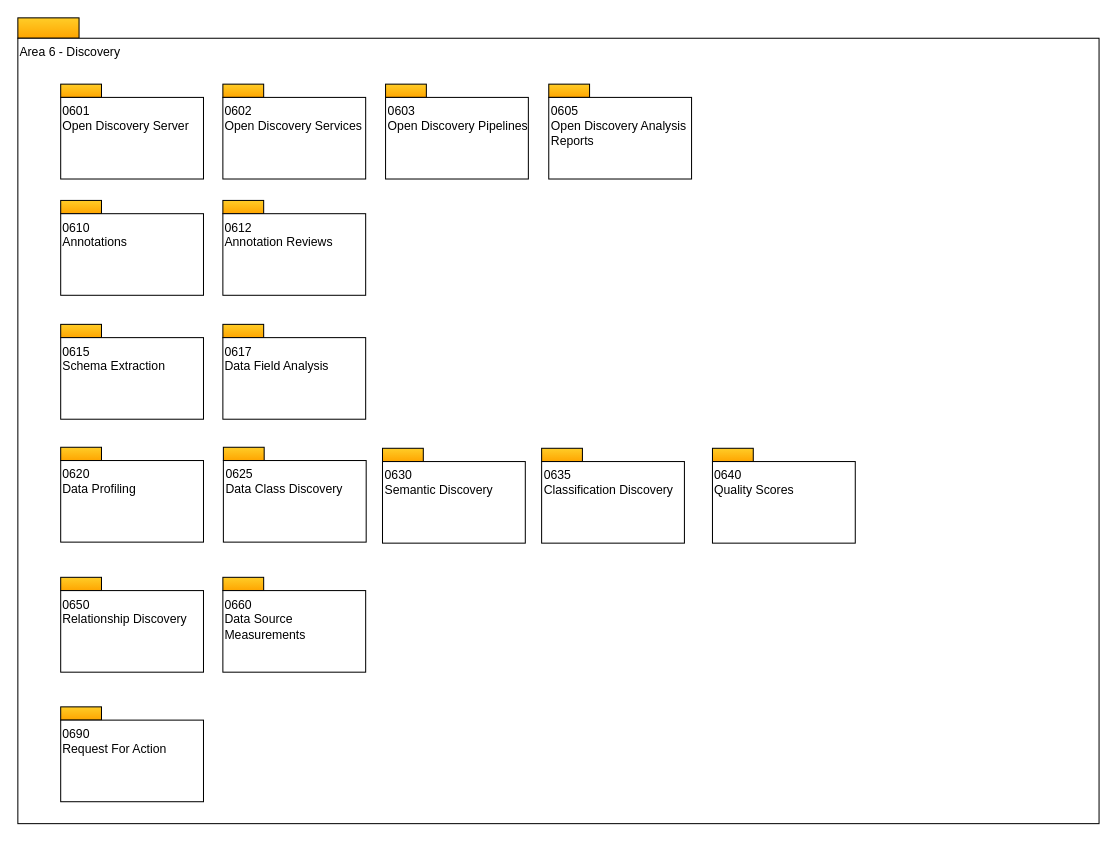
planetf1/egeria keeps this draw.io diagram as page "Overview" (1 of 18) of open-metadata-publication/website/open-metadata-types/area-6-discovery.drawio. Above is the earlier version. Source tidied: cells renumbered, new cells numbered last; positions are measured from the earlier drawing's top-left corner, leaving out a move shared by most shapes. Both pictures are drawn from the tidied source at 102%, with x=0, y=0 at pixel (17, 17).
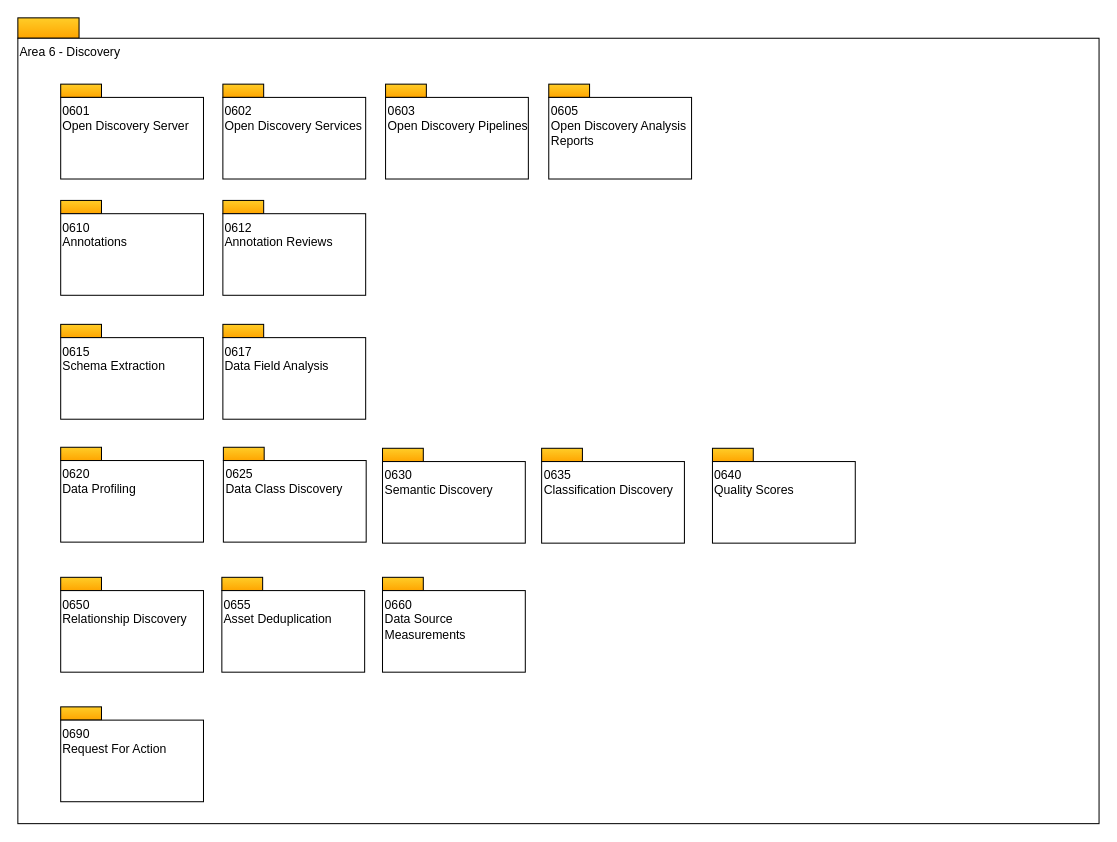
After the change.

What changed in the source:
```diff
@@
     <mxCell id="28" style="rounded=0;whiteSpace=wrap;html=1;align=left;fillColor=#ffcd28;strokeColor=#000000;gradientColor=#ffa500;" parent="1" vertex="1">
-      <mxGeometry x="201" y="548.5" width="40" height="13" as="geometry" />
+      <mxGeometry x="357.5" y="548.5" width="40" height="13" as="geometry" />
     </mxCell>
     <mxCell id="29" value="0660&lt;br&gt;Data Source Measurements&lt;br&gt;" style="rounded=0;whiteSpace=wrap;html=1;align=left;verticalAlign=top;" parent="1" vertex="1">
-      <mxGeometry x="201" y="561.5" width="140" height="80" as="geometry" />
+      <mxGeometry x="357.5" y="561.5" width="140" height="80" as="geometry" />
     </mxCell>
@@
+    <mxCell id="36" style="rounded=0;whiteSpace=wrap;html=1;align=left;fillColor=#ffcd28;strokeColor=#000000;gradientColor=#ffa500;" parent="1" vertex="1">
+      <mxGeometry x="200" y="548.5" width="40" height="13" as="geometry" />
+    </mxCell>
+    <mxCell id="37" value="0655&lt;br&gt;Asset Deduplication" style="rounded=0;whiteSpace=wrap;html=1;align=left;verticalAlign=top;" parent="1" vertex="1">
+      <mxGeometry x="200" y="561.5" width="140" height="80" as="geometry" />
+    </mxCell>
```
